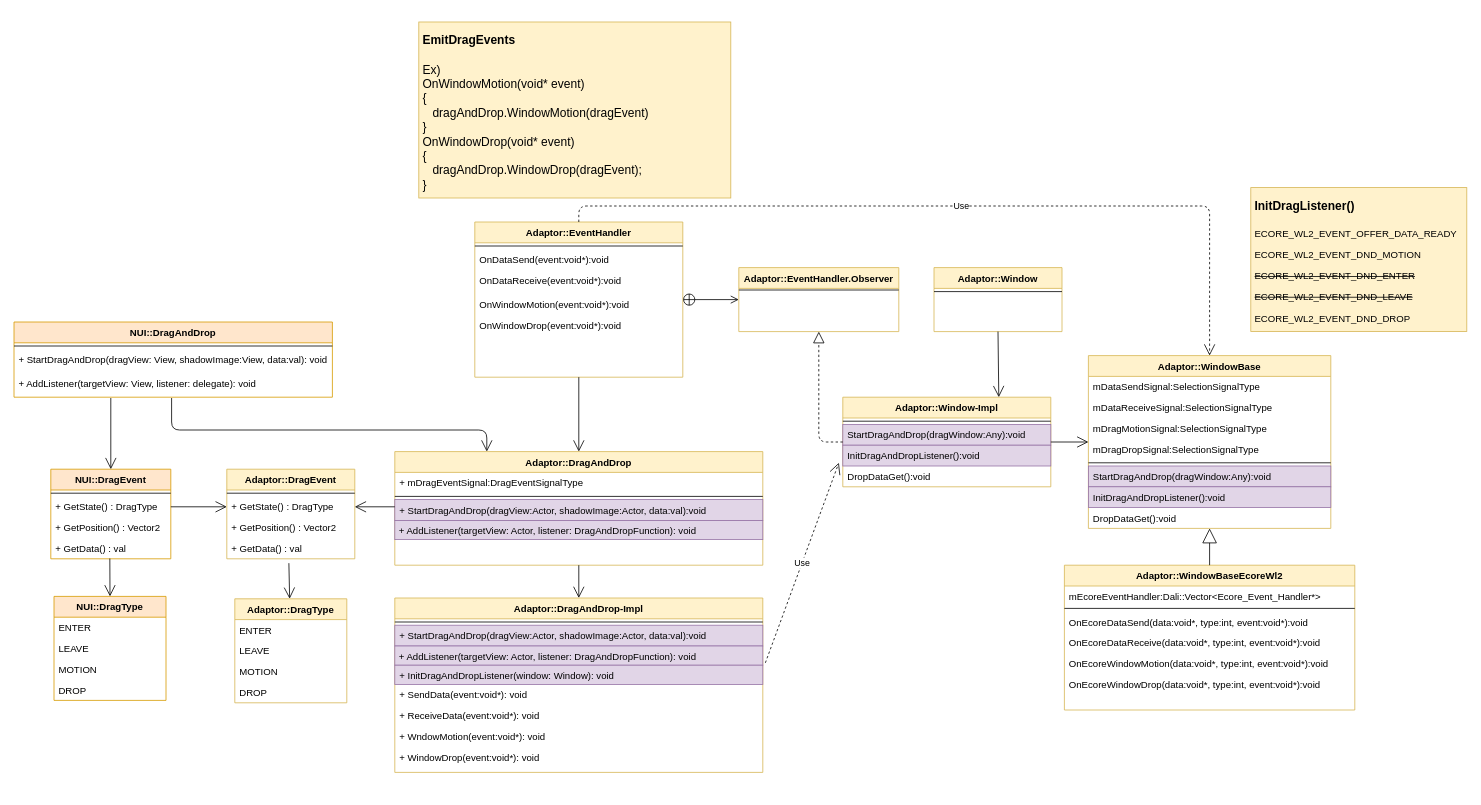
Earlier version of the draw.io diagram page "Page-4" (4 of 10) of Untitled Diagram.drawio (taehyub/drawio). Source tidied: cells renumbered, new cells numbered last; positions are measured from the earlier drawing's top-left corner, leaving out a move shared by most shapes. Both pictures are drawn from the tidied source at 80%, with x=0, y=0 at pixel (14, 22).
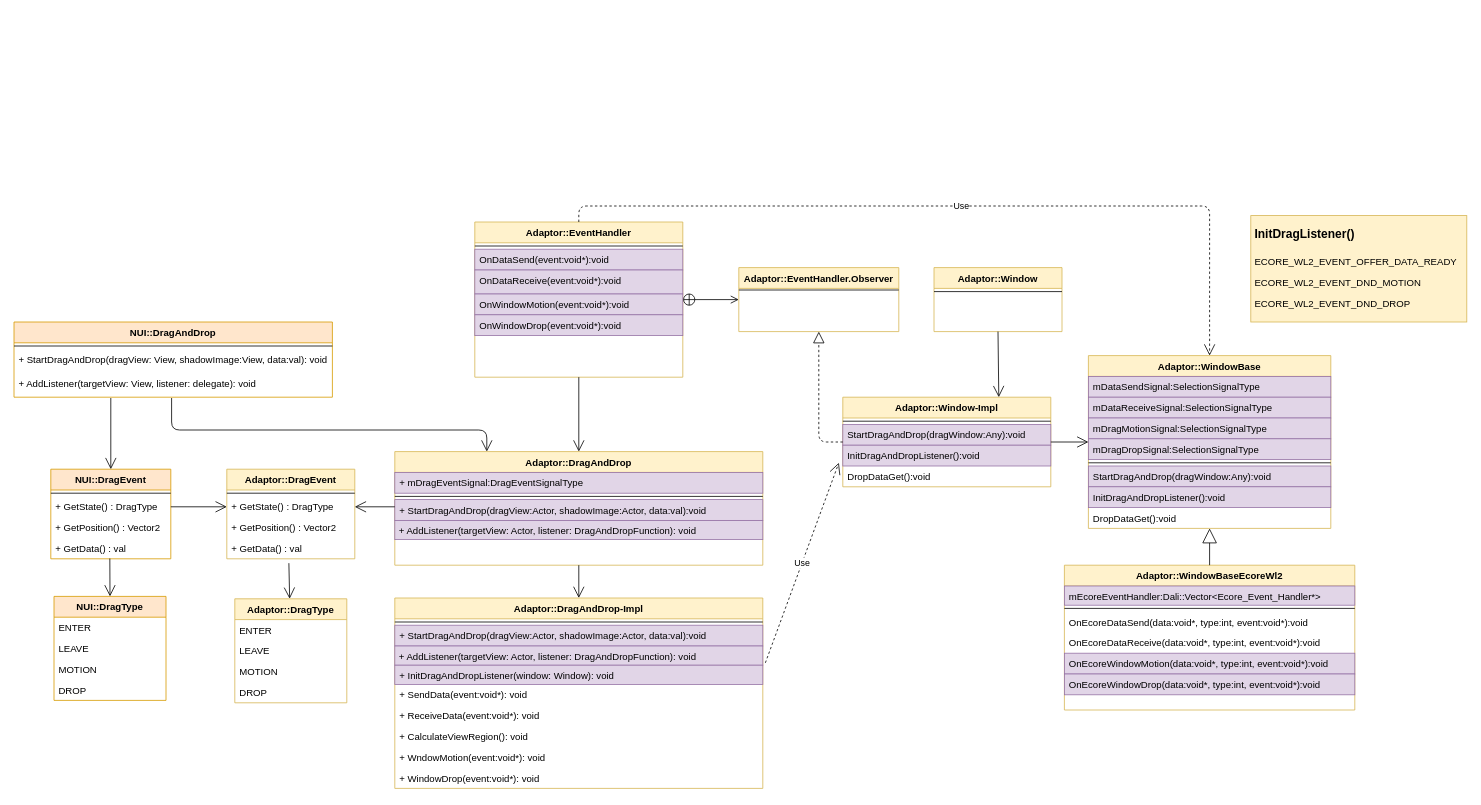
The same diagram, later.

The change refers to these unchanged cells:
```xml
<mxCell id="6" value="Adaptor::DragAndDrop" style="swimlane;fontStyle=1;align=center;verticalAlign=top;horizontal=1;startSize=26;rounded=0;shadow=0;strokeWidth=1;fillColor=#fff2cc;strokeColor=#d6b656;fontColor=default;" parent="1" vertex="1">
  <mxGeometry x="476" y="537" width="460" height="142" as="geometry" />
</mxCell>
<mxCell id="20" value="Adaptor::WindowBase" style="swimlane;fontStyle=1;align=center;verticalAlign=top;horizontal=1;startSize=26;rounded=0;shadow=0;strokeWidth=1;fillColor=#fff2cc;strokeColor=#d6b656;" parent="1" vertex="1">
  <mxGeometry x="1343" y="417" width="303" height="216" as="geometry" />
</mxCell>
<mxCell id="29" value="Adaptor::WindowBaseEcoreWl2&#10;" style="swimlane;fontStyle=1;align=center;verticalAlign=top;horizontal=1;startSize=26;rounded=0;shadow=0;strokeWidth=1;fillColor=#fff2cc;strokeColor=#d6b656;" parent="1" vertex="1">
  <mxGeometry x="1313" y="679" width="363" height="181" as="geometry" />
</mxCell>
<mxCell id="45" value="Adaptor::EventHandler" style="swimlane;fontStyle=1;align=center;verticalAlign=top;horizontal=1;startSize=26;rounded=0;shadow=0;strokeWidth=1;fillColor=#fff2cc;strokeColor=#d6b656;" parent="1" vertex="1">
  <mxGeometry x="576" y="250" width="260" height="194" as="geometry" />
</mxCell>
```

The edit, as a diff of the source:
```diff
@@
-    <mxCell id="7" value="+ mDragEventSignal:DragEventSignalType" style="text;strokeColor=none;fillColor=none;align=left;verticalAlign=top;spacingLeft=4;spacingRight=4;overflow=hidden;hachureGap=4;" parent="6" vertex="1">
+    <mxCell id="7" value="+ mDragEventSignal:DragEventSignalType" style="text;strokeColor=#9673a6;fillColor=#e1d5e7;align=left;verticalAlign=top;spacingLeft=4;spacingRight=4;overflow=hidden;hachureGap=4;" parent="6" vertex="1">
       <mxGeometry y="26" width="460" height="26" as="geometry" />
     </mxCell>
@@
     <mxCell id="11" value="Adaptor::DragAndDrop-Impl" style="swimlane;fontStyle=1;align=center;verticalAlign=top;horizontal=1;startSize=26;rounded=0;shadow=0;strokeWidth=1;fillColor=#fff2cc;strokeColor=#d6b656;fontColor=default;" parent="1" vertex="1">
-      <mxGeometry x="476" y="720" width="460" height="218" as="geometry" />
+      <mxGeometry x="476" y="720" width="460" height="238" as="geometry" />
     </mxCell>
@@
-    <mxCell id="16" value="+ SendData(event:void*): void" style="text;strokeColor=none;fillColor=none;align=left;verticalAlign=top;spacingLeft=4;spacingRight=4;overflow=hidden;hachureGap=4;" parent="11" vertex="1">
+    <mxCell id="16" value="+ SendData(event:void*): void" style="text;align=left;verticalAlign=top;spacingLeft=4;spacingRight=4;overflow=hidden;hachureGap=4;" parent="11" vertex="1">
       <mxGeometry y="108" width="460" height="26" as="geometry" />
     </mxCell>
-    <mxCell id="17" value="+ ReceiveData(event:void*): void" style="text;strokeColor=none;fillColor=none;align=left;verticalAlign=top;spacingLeft=4;spacingRight=4;overflow=hidden;hachureGap=4;" parent="11" vertex="1">
+    <mxCell id="17" value="+ ReceiveData(event:void*): void" style="text;align=left;verticalAlign=top;spacingLeft=4;spacingRight=4;overflow=hidden;hachureGap=4;" parent="11" vertex="1">
       <mxGeometry y="134" width="460" height="26" as="geometry" />
     </mxCell>
+    <mxCell id="88" value="+ CalculateViewRegion(): void" style="text;strokeColor=none;fillColor=none;align=left;verticalAlign=top;spacingLeft=4;spacingRight=4;overflow=hidden;hachureGap=4;" parent="11" vertex="1">
+      <mxGeometry y="160" width="460" height="26" as="geometry" />
+    </mxCell>
     <mxCell id="18" value="+ WndowMotion(event:void*): void" style="text;strokeColor=none;fillColor=none;align=left;verticalAlign=top;spacingLeft=4;spacingRight=4;overflow=hidden;hachureGap=4;" parent="11" vertex="1">
-      <mxGeometry y="160" width="460" height="26" as="geometry" />
+      <mxGeometry y="186" width="460" height="26" as="geometry" />
     </mxCell>
     <mxCell id="19" value="+ WindowDrop(event:void*): void" style="text;strokeColor=none;fillColor=none;align=left;verticalAlign=top;spacingLeft=4;spacingRight=4;overflow=hidden;hachureGap=4;" parent="11" vertex="1">
-      <mxGeometry y="186" width="460" height="26" as="geometry" />
+      <mxGeometry y="212" width="460" height="26" as="geometry" />
     </mxCell>
@@
-    <mxCell id="21" value="mDataSendSignal:SelectionSignalType&#10;" style="text;strokeColor=none;fillColor=none;align=left;verticalAlign=top;spacingLeft=4;spacingRight=4;overflow=hidden;hachureGap=4;" parent="20" vertex="1">
+    <mxCell id="21" value="mDataSendSignal:SelectionSignalType&#10;" style="text;strokeColor=#9673a6;fillColor=#e1d5e7;align=left;verticalAlign=top;spacingLeft=4;spacingRight=4;overflow=hidden;hachureGap=4;" parent="20" vertex="1">
       <mxGeometry y="26" width="303" height="26" as="geometry" />
     </mxCell>
-    <mxCell id="22" value="mDataReceiveSignal:SelectionSignalType&#10;" style="text;strokeColor=none;fillColor=none;align=left;verticalAlign=top;spacingLeft=4;spacingRight=4;overflow=hidden;hachureGap=4;" parent="20" vertex="1">
+    <mxCell id="22" value="mDataReceiveSignal:SelectionSignalType&#10;" style="text;strokeColor=#9673a6;fillColor=#e1d5e7;align=left;verticalAlign=top;spacingLeft=4;spacingRight=4;overflow=hidden;hachureGap=4;" parent="20" vertex="1">
       <mxGeometry y="52" width="303" height="26" as="geometry" />
     </mxCell>
-    <mxCell id="23" value="mDragMotionSignal:SelectionSignalType" style="text;strokeColor=none;fillColor=none;align=left;verticalAlign=top;spacingLeft=4;spacingRight=4;overflow=hidden;hachureGap=4;fontColor=default;" parent="20" vertex="1">
+    <mxCell id="23" value="mDragMotionSignal:SelectionSignalType" style="text;strokeColor=#9673a6;fillColor=#e1d5e7;align=left;verticalAlign=top;spacingLeft=4;spacingRight=4;overflow=hidden;hachureGap=4;" parent="20" vertex="1">
       <mxGeometry y="78" width="303" height="26" as="geometry" />
     </mxCell>
-    <mxCell id="24" value="mDragDropSignal:SelectionSignalType" style="text;strokeColor=none;fillColor=none;align=left;verticalAlign=top;spacingLeft=4;spacingRight=4;overflow=hidden;hachureGap=4;" parent="20" vertex="1">
+    <mxCell id="24" value="mDragDropSignal:SelectionSignalType" style="text;strokeColor=#9673a6;fillColor=#e1d5e7;align=left;verticalAlign=top;spacingLeft=4;spacingRight=4;overflow=hidden;hachureGap=4;" parent="20" vertex="1">
       <mxGeometry y="104" width="303" height="26" as="geometry" />
     </mxCell>
@@
-    <mxCell id="30" value="mEcoreEventHandler:Dali::Vector&lt;Ecore_Event_Handler*&gt; &#10;" style="text;strokeColor=none;fillColor=none;align=left;verticalAlign=top;spacingLeft=4;spacingRight=4;overflow=hidden;hachureGap=4;" parent="29" vertex="1">
+    <mxCell id="30" value="mEcoreEventHandler:Dali::Vector&lt;Ecore_Event_Handler*&gt; &#10;" style="text;strokeColor=#9673a6;fillColor=#e1d5e7;align=left;verticalAlign=top;spacingLeft=4;spacingRight=4;overflow=hidden;hachureGap=4;" parent="29" vertex="1">
       <mxGeometry y="26" width="363" height="24" as="geometry" />
     </mxCell>
@@
-    <mxCell id="32" value="OnEcoreDataSend(data:void*, type:int, event:void*):void&#10;" style="text;strokeColor=none;fillColor=none;align=left;verticalAlign=top;spacingLeft=4;spacingRight=4;overflow=hidden;hachureGap=4;" parent="29" vertex="1">
+    <mxCell id="32" value="OnEcoreDataSend(data:void*, type:int, event:void*):void&#10;" style="text;align=left;verticalAlign=top;spacingLeft=4;spacingRight=4;overflow=hidden;hachureGap=4;" parent="29" vertex="1">
       <mxGeometry y="58" width="363" height="26" as="geometry" />
     </mxCell>
-    <mxCell id="33" value="OnEcoreDataReceive(data:void*, type:int, event:void*):void&#10;" style="text;strokeColor=none;fillColor=none;align=left;verticalAlign=top;spacingLeft=4;spacingRight=4;overflow=hidden;hachureGap=4;" parent="29" vertex="1">
+    <mxCell id="33" value="OnEcoreDataReceive(data:void*, type:int, event:void*):void&#10;" style="text;align=left;verticalAlign=top;spacingLeft=4;spacingRight=4;overflow=hidden;hachureGap=4;" parent="29" vertex="1">
       <mxGeometry y="84" width="363" height="26" as="geometry" />
     </mxCell>
-    <mxCell id="34" value="OnEcoreWindowMotion(data:void*, type:int, event:void*):void&#10;" style="text;strokeColor=none;fillColor=none;align=left;verticalAlign=top;spacingLeft=4;spacingRight=4;overflow=hidden;hachureGap=4;" parent="29" vertex="1">
+    <mxCell id="34" value="OnEcoreWindowMotion(data:void*, type:int, event:void*):void&#10;" style="text;strokeColor=#9673a6;fillColor=#e1d5e7;align=left;verticalAlign=top;spacingLeft=4;spacingRight=4;overflow=hidden;hachureGap=4;" parent="29" vertex="1">
       <mxGeometry y="110" width="363" height="26" as="geometry" />
     </mxCell>
-    <mxCell id="35" value="OnEcoreWindowDrop(data:void*, type:int, event:void*):void" style="text;strokeColor=none;fillColor=none;align=left;verticalAlign=top;spacingLeft=4;spacingRight=4;overflow=hidden;hachureGap=4;" parent="29" vertex="1">
+    <mxCell id="35" value="OnEcoreWindowDrop(data:void*, type:int, event:void*):void" style="text;strokeColor=#9673a6;fillColor=#e1d5e7;align=left;verticalAlign=top;spacingLeft=4;spacingRight=4;overflow=hidden;hachureGap=4;" parent="29" vertex="1">
       <mxGeometry y="136" width="363" height="26" as="geometry" />
     </mxCell>
@@
-    <mxCell id="47" value="OnDataSend(event:void*):void" style="text;strokeColor=none;fillColor=none;align=left;verticalAlign=top;spacingLeft=4;spacingRight=4;overflow=hidden;hachureGap=4;" parent="45" vertex="1">
+    <mxCell id="47" value="OnDataSend(event:void*):void" style="text;strokeColor=#9673a6;fillColor=#e1d5e7;align=left;verticalAlign=top;spacingLeft=4;spacingRight=4;overflow=hidden;hachureGap=4;" parent="45" vertex="1">
       <mxGeometry y="34" width="260" height="26" as="geometry" />
     </mxCell>
-    <mxCell id="48" value="OnDataReceive(event:void*):void" style="text;strokeColor=none;fillColor=none;align=left;verticalAlign=top;spacingLeft=4;spacingRight=4;overflow=hidden;hachureGap=4;" parent="45" vertex="1">
+    <mxCell id="48" value="OnDataReceive(event:void*):void" style="text;strokeColor=#9673a6;fillColor=#e1d5e7;align=left;verticalAlign=top;spacingLeft=4;spacingRight=4;overflow=hidden;hachureGap=4;" parent="45" vertex="1">
       <mxGeometry y="60" width="260" height="30" as="geometry" />
     </mxCell>
-    <mxCell id="49" value="OnWindowMotion(event:void*):void" style="text;strokeColor=none;fillColor=none;align=left;verticalAlign=top;spacingLeft=4;spacingRight=4;overflow=hidden;hachureGap=4;" parent="45" vertex="1">
+    <mxCell id="49" value="OnWindowMotion(event:void*):void" style="text;strokeColor=#9673a6;fillColor=#e1d5e7;align=left;verticalAlign=top;spacingLeft=4;spacingRight=4;overflow=hidden;hachureGap=4;" parent="45" vertex="1">
       <mxGeometry y="90" width="260" height="26" as="geometry" />
     </mxCell>
-    <mxCell id="50" value="OnWindowDrop(event:void*):void" style="text;strokeColor=none;fillColor=none;align=left;verticalAlign=top;spacingLeft=4;spacingRight=4;overflow=hidden;hachureGap=4;" parent="45" vertex="1">
+    <mxCell id="50" value="OnWindowDrop(event:void*):void" style="text;strokeColor=#9673a6;fillColor=#e1d5e7;align=left;verticalAlign=top;spacingLeft=4;spacingRight=4;overflow=hidden;hachureGap=4;" parent="45" vertex="1">
       <mxGeometry y="116" width="260" height="26" as="geometry" />
     </mxCell>
@@
-    <mxCell id="60" value="&lt;h1&gt;&lt;font style=&quot;font-size: 15px&quot;&gt;InitDragListener()&lt;br&gt;&lt;/font&gt;&lt;/h1&gt;&lt;p&gt;&lt;span&gt;ECORE_WL2_EVENT_OFFER_DATA_READY&lt;br&gt;&lt;/span&gt;&lt;/p&gt;&lt;p&gt;&lt;span&gt;ECORE_WL2_EVENT_DND_MOTION&lt;br&gt;&lt;/span&gt;&lt;/p&gt;&lt;p&gt;&lt;strike&gt;ECORE_WL2_EVENT_DND_ENTER&lt;/strike&gt;&lt;br&gt;&lt;/p&gt;&lt;p&gt;&lt;strike&gt;ECORE_WL2_EVENT_DND_LEAVE&lt;/strike&gt;&lt;br&gt;&lt;/p&gt;&lt;p&gt;ECORE_WL2_EVENT_DND_DROP&lt;br&gt;&lt;/p&gt;" style="text;html=1;strokeColor=#d6b656;fillColor=#fff2cc;spacing=5;spacingTop=-20;whiteSpace=wrap;overflow=hidden;rounded=0;hachureGap=4;" parent="1" vertex="1">
-      <mxGeometry x="1546" y="207" width="270" height="180" as="geometry" />
+    <mxCell id="60" value="&lt;h1&gt;&lt;font style=&quot;font-size: 15px&quot;&gt;InitDragListener()&lt;br&gt;&lt;/font&gt;&lt;/h1&gt;&lt;p&gt;&lt;span&gt;ECORE_WL2_EVENT_OFFER_DATA_READY&lt;br&gt;&lt;/span&gt;&lt;/p&gt;&lt;p&gt;&lt;span&gt;ECORE_WL2_EVENT_DND_MOTION&lt;/span&gt;&lt;/p&gt;&lt;p&gt;ECORE_WL2_EVENT_DND_DROP&lt;br&gt;&lt;/p&gt;" style="text;html=1;strokeColor=#d6b656;fillColor=#fff2cc;spacing=5;spacingTop=-20;whiteSpace=wrap;overflow=hidden;rounded=0;hachureGap=4;" parent="1" vertex="1">
+      <mxGeometry x="1546" y="242" width="270" height="133" as="geometry" />
     </mxCell>
@@
-    <mxCell id="86" value="&lt;h1&gt;&lt;span style=&quot;font-size: 15px&quot;&gt;EmitDragEvents&lt;/span&gt;&lt;/h1&gt;&lt;div&gt;&lt;span style=&quot;font-size: 15px&quot;&gt;Ex)&lt;/span&gt;&lt;/div&gt;&lt;div&gt;&lt;span style=&quot;font-size: 15px&quot;&gt;OnWindowMotion(void* event)&lt;/span&gt;&lt;/div&gt;&lt;div&gt;&lt;span style=&quot;font-size: 15px&quot;&gt;{&lt;/span&gt;&lt;/div&gt;&lt;div&gt;&lt;span style=&quot;font-size: 15px&quot;&gt;&amp;nbsp; &amp;nbsp;dragAndDrop.WindowMotion(dragEvent)&lt;/span&gt;&lt;/div&gt;&lt;div&gt;&lt;span style=&quot;font-size: 15px&quot;&gt;}&lt;/span&gt;&lt;/div&gt;&lt;div&gt;&lt;div&gt;&lt;span style=&quot;font-size: 15px&quot;&gt;OnWindowDrop(void* event)&lt;/span&gt;&lt;/div&gt;&lt;div&gt;&lt;span style=&quot;font-size: 15px&quot;&gt;{&lt;/span&gt;&lt;/div&gt;&lt;div&gt;&lt;span style=&quot;font-size: 15px&quot;&gt;&amp;nbsp; &amp;nbsp;dragAndDrop.WindowDrop(dragEvent);&lt;/span&gt;&lt;/div&gt;&lt;div&gt;&lt;span style=&quot;font-size: 15px&quot;&gt;}&lt;/span&gt;&lt;/div&gt;&lt;div&gt;&lt;br&gt;&lt;/div&gt;&lt;/div&gt;" style="text;html=1;strokeColor=#d6b656;fillColor=#fff2cc;spacing=5;spacingTop=-20;whiteSpace=wrap;overflow=hidden;rounded=0;hachureGap=4;" parent="1" vertex="1">
-      <mxGeometry x="506" width="390" height="220" as="geometry" />
-    </mxCell>
```
